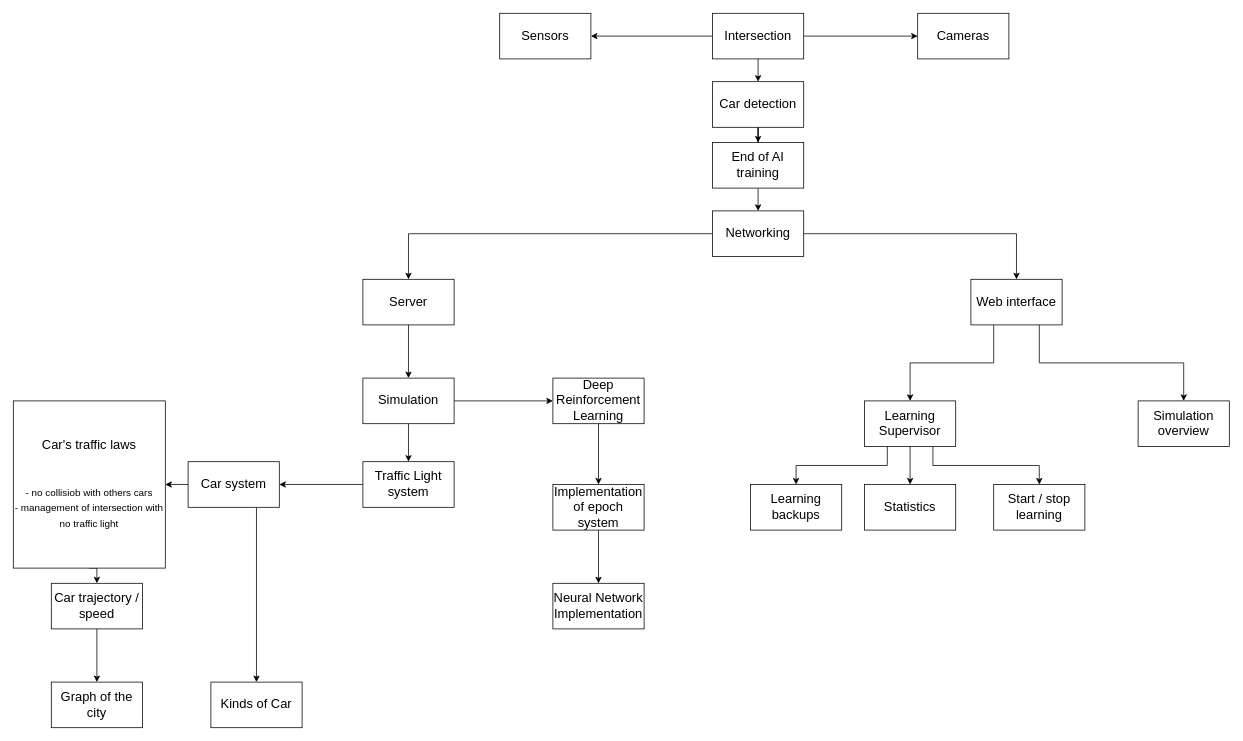
Before: trafficLight.drawio in melpiro/Chess, a draw.io diagram. Source tidied: cells renumbered, new cells numbered last; positions are measured from the earlier drawing's top-left corner, leaving out a move shared by most shapes. Both pictures are drawn from the tidied source at 76%, with x=0, y=0 at pixel (13, 13).
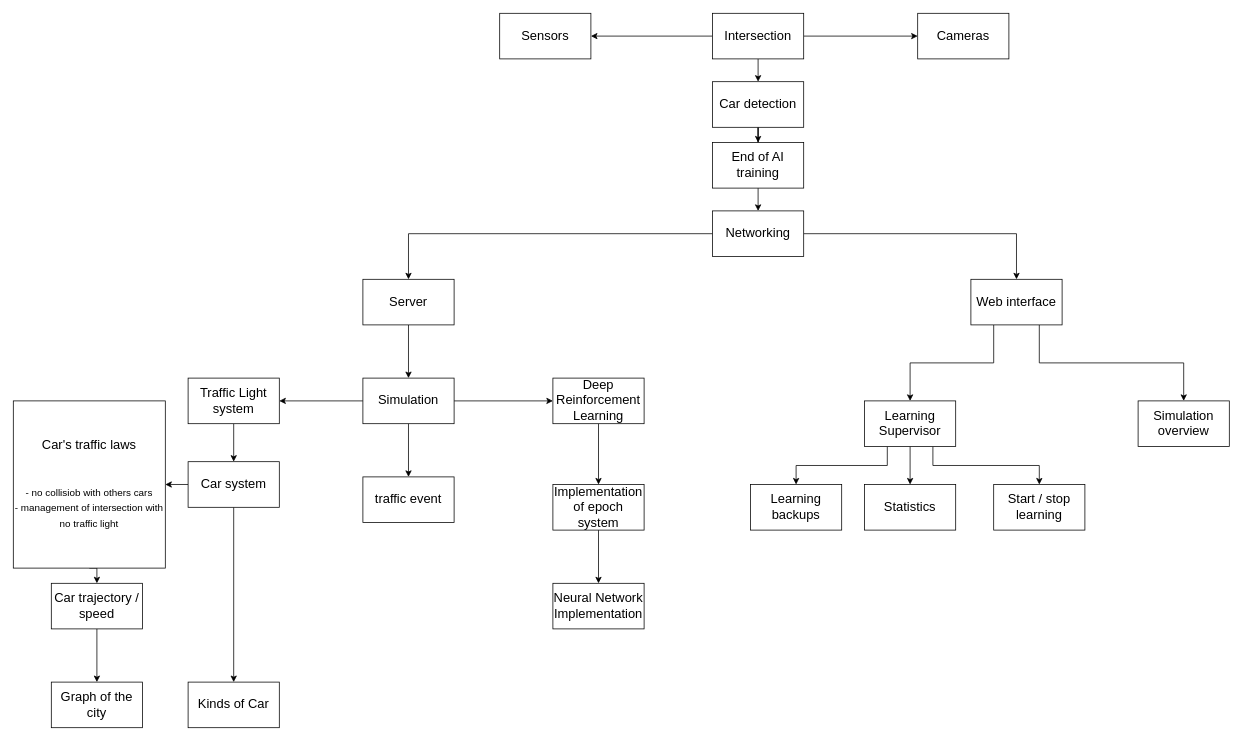
After the change.

Unchanged cells that the change refers to:
```xml
<mxCell id="10" value="Simulation" style="rounded=0;whiteSpace=wrap;html=1;fontSize=17;" parent="1" vertex="1">
  <mxGeometry x="460" y="480" width="120" height="60" as="geometry" />
</mxCell>
<mxCell id="18" value="Car system" style="rounded=0;whiteSpace=wrap;html=1;fontSize=17;" parent="1" vertex="1">
  <mxGeometry x="230" y="590" width="120" height="60" as="geometry" />
</mxCell>
<mxCell id="24" value="Car's traffic laws&lt;br style=&quot;font-size: 17px&quot;&gt;&lt;br style=&quot;font-size: 17px&quot;&gt;&lt;br style=&quot;font-size: 17px&quot;&gt;&lt;font style=&quot;font-size: 13px&quot;&gt;- no collisiob with others cars&lt;br&gt;- management of intersection with no traffic light&lt;/font&gt;" style="rounded=0;whiteSpace=wrap;html=1;fontSize=17;" parent="1" vertex="1">
  <mxGeometry y="510" width="200" height="220" as="geometry" />
</mxCell>
```

Change to the diagram source:
```diff
@@
-    <mxCell id="8" style="edgeStyle=orthogonalEdgeStyle;rounded=0;jettySize=auto;html=1;exitX=0;exitY=0.5;exitDx=0;exitDy=0;entryX=1;entryY=0.5;entryDx=0;entryDy=0;fontSize=17;" parent="1" edge="1" source="28" target="18">
-      <mxGeometry relative="1" as="geometry" />
-    </mxCell>
-    <mxCell id="9" style="edgeStyle=orthogonalEdgeStyle;rounded=0;jettySize=auto;html=1;exitX=0.5;exitY=1;exitDx=0;exitDy=0;fontSize=17;" parent="1" edge="1" source="10" target="28">
+    <mxCell id="9" style="edgeStyle=orthogonalEdgeStyle;rounded=0;jettySize=auto;html=1;exitX=0;exitY=0.5;exitDx=0;exitDy=0;entryX=1;entryY=0.5;entryDx=0;entryDy=0;fontSize=17;" parent="1" edge="1" source="10" target="28">
       <mxGeometry relative="1" as="geometry" />
     </mxCell>
+    <mxCell id="47" style="edgeStyle=orthogonalEdgeStyle;rounded=0;jettySize=auto;html=1;exitX=0.5;exitY=1;exitDx=0;exitDy=0;fontSize=17;" parent="1" edge="1" source="10" target="48">
+      <mxGeometry relative="1" as="geometry" />
+    </mxCell>
@@
+    <mxCell id="17" style="edgeStyle=orthogonalEdgeStyle;rounded=0;jettySize=auto;html=1;exitX=0;exitY=0.5;exitDx=0;exitDy=0;entryX=1;entryY=0.5;entryDx=0;entryDy=0;fontSize=17;" parent="1" edge="1" source="18" target="24">
+      <mxGeometry relative="1" as="geometry" />
+    </mxCell>
-    <mxCell id="16" style="edgeStyle=orthogonalEdgeStyle;rounded=0;jettySize=auto;html=1;exitX=0.75;exitY=1;exitDx=0;exitDy=0;fontSize=17;" parent="1" edge="1" source="18" target="19">
+    <mxCell id="16" style="edgeStyle=orthogonalEdgeStyle;rounded=0;jettySize=auto;html=1;exitX=0.5;exitY=1;exitDx=0;exitDy=0;entryX=0.5;entryY=0;entryDx=0;entryDy=0;fontSize=17;" parent="1" edge="1" source="18" target="19">
       <mxGeometry relative="1" as="geometry" />
     </mxCell>
-    <mxCell id="17" style="edgeStyle=orthogonalEdgeStyle;rounded=0;jettySize=auto;html=1;exitX=0;exitY=0.5;exitDx=0;exitDy=0;entryX=1;entryY=0.5;entryDx=0;entryDy=0;fontSize=17;" parent="1" edge="1" source="18" target="24">
-      <mxGeometry relative="1" as="geometry" />
-    </mxCell>
@@
     <mxCell id="19" value="Kinds of Car" style="rounded=0;whiteSpace=wrap;html=1;fontSize=17;" parent="1" vertex="1">
-      <mxGeometry x="260" y="880" width="120" height="60" as="geometry" />
+      <mxGeometry x="230" y="880" width="120" height="60" as="geometry" />
     </mxCell>
@@
+    <mxCell id="8" style="edgeStyle=orthogonalEdgeStyle;rounded=0;jettySize=auto;html=1;exitX=0.5;exitY=1;exitDx=0;exitDy=0;entryX=0.5;entryY=0;entryDx=0;entryDy=0;fontSize=17;" parent="1" edge="1" source="28" target="18">
+      <mxGeometry relative="1" as="geometry" />
+    </mxCell>
     <mxCell id="28" value="Traffic Light system" style="rounded=0;whiteSpace=wrap;html=1;fontSize=17;" parent="1" vertex="1">
-      <mxGeometry x="460" y="590" width="120" height="60" as="geometry" />
+      <mxGeometry x="230" y="480" width="120" height="60" as="geometry" />
     </mxCell>
@@
+    <mxCell id="48" value="traffic event" style="rounded=0;whiteSpace=wrap;html=1;fontSize=17;" parent="1" vertex="1">
+      <mxGeometry x="460" y="610" width="120" height="60" as="geometry" />
+    </mxCell>
```
